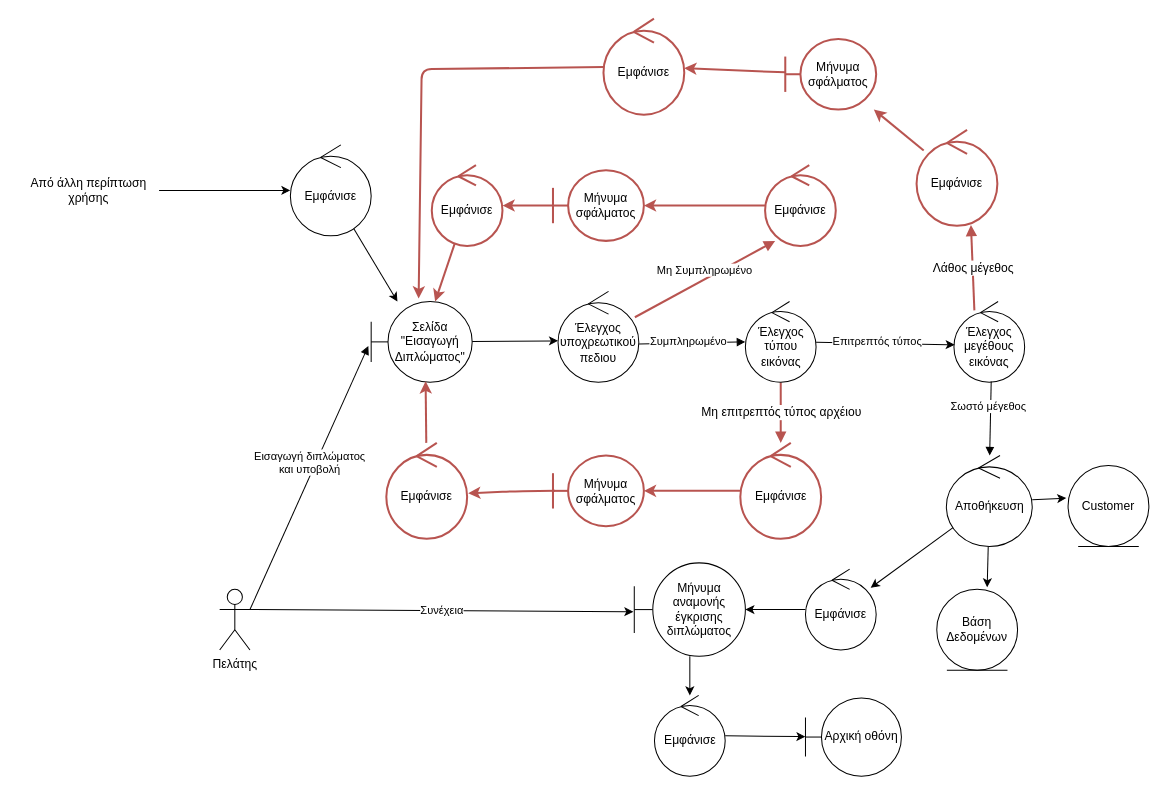
The draw.io diagram Part_4/Robustness/diagrams/04_Εισαγωγή_Διπλώματος_Οδήγησης.drawio in Nikolis2002/texnoligia_logismikou, before the edit. Source tidied: cells renumbered, new cells numbered last; positions are measured from the earlier drawing's top-left corner, leaving out a move shared by most shapes. Both pictures are drawn from the tidied source at 101%, with x=0, y=0 at pixel (17, 18).
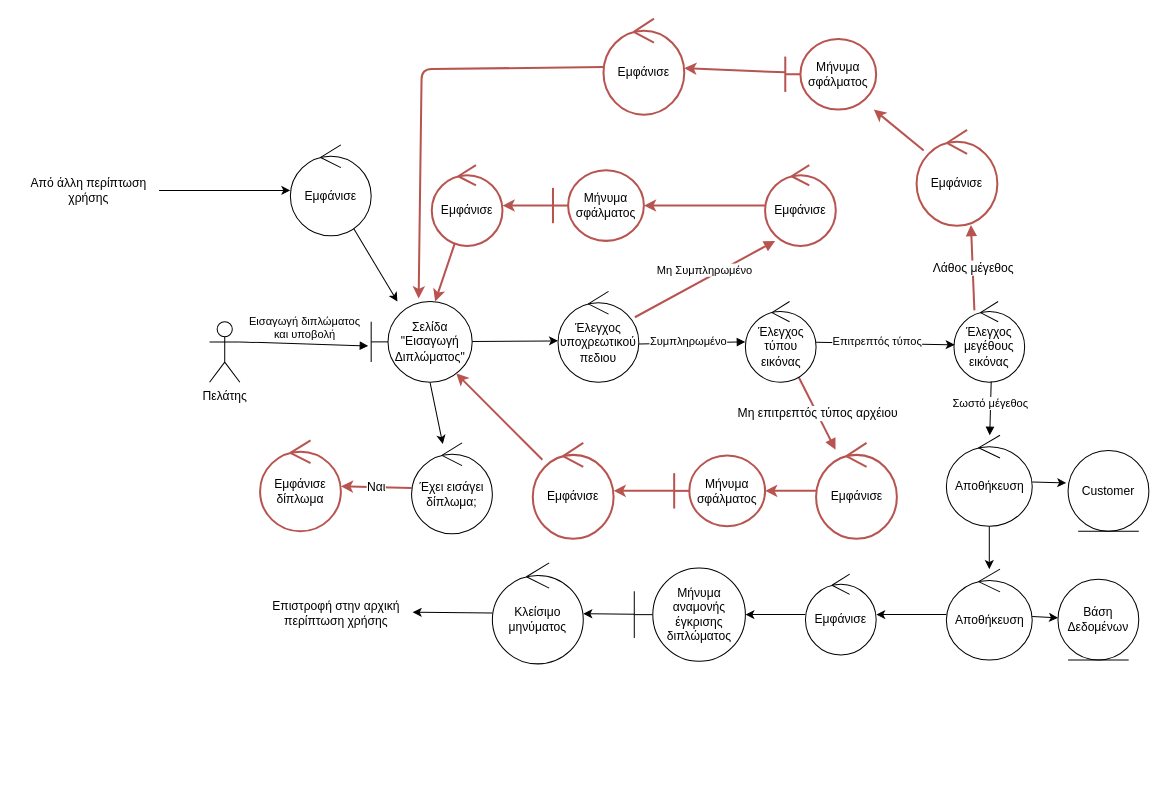
The same diagram, later.

The change refers to these unchanged cells:
```xml
<mxCell id="9" style="html=1;verticalAlign=bottom;endArrow=block;curved=0;rounded=0;exitX=0.527;exitY=0.989;exitDx=0;exitDy=0;exitPerimeter=0;" parent="1" edge="1" source="8" target="14">
  <mxGeometry relative="1" as="geometry" />
</mxCell>
<mxCell id="23" value="Σελίδα &quot;Εισαγωγή Διπλώματος&quot;" style="shape=umlBoundary;whiteSpace=wrap;html=1;" parent="1" vertex="1">
  <mxGeometry x="350" y="280" width="100" height="80" as="geometry" />
</mxCell>
```

Change to the diagram source:
```diff
@@
-    <mxCell id="2" value="Συνέχεια" style="edgeStyle=none;html=1;exitX=1;exitY=0.3333333333333333;exitDx=0;exitDy=0;exitPerimeter=0;entryX=-0.008;entryY=0.523;entryDx=0;entryDy=0;entryPerimeter=0;" parent="1" edge="1" source="3" target="25">
-      <mxGeometry relative="1" as="geometry" />
-    </mxCell>
     <mxCell id="3" value="Πελάτης" style="shape=umlActor;verticalLabelPosition=bottom;verticalAlign=top;html=1;outlineConnect=0;" parent="1" vertex="1">
-      <mxGeometry x="200" y="565" width="30" height="60" as="geometry" />
+      <mxGeometry x="190" y="300" width="30" height="60" as="geometry" />
     </mxCell>
@@
     <mxCell id="10" value="Σωστό μέγεθος" style="edgeLabel;html=1;align=center;verticalAlign=middle;" parent="9" vertex="1">
       <mxGeometry x="-0.21" y="-3" relative="1" as="geometry">
-        <mxPoint y="-5" as="offset" />
+        <mxPoint x="2" as="offset" />
       </mxGeometry>
     </mxCell>
-    <mxCell id="11" style="edgeStyle=none;html=1;strokeWidth=1;" parent="1" edge="1" source="14" target="20">
-      <mxGeometry relative="1" as="geometry" />
-    </mxCell>
-    <mxCell id="12" style="edgeStyle=none;html=1;entryX=0.624;entryY=-0.025;entryDx=0;entryDy=0;strokeWidth=1;entryPerimeter=0;" parent="1" edge="1" source="14" target="45">
-      <mxGeometry relative="1" as="geometry" />
-    </mxCell>
@@
+    <mxCell id="54" style="edgeStyle=none;html=1;" parent="1" edge="1" source="14" target="2">
+      <mxGeometry relative="1" as="geometry" />
+    </mxCell>
     <mxCell id="14" value="Αποθήκευση" style="ellipse;shape=umlControl;whiteSpace=wrap;html=1;" parent="1" vertex="1">
-      <mxGeometry x="919.5" y="432.5" width="85" height="90" as="geometry" />
+      <mxGeometry x="919.5" y="412.5" width="85" height="90" as="geometry" />
     </mxCell>
@@
     <mxCell id="20" value="Εμφάνισε" style="ellipse;shape=umlControl;whiteSpace=wrap;html=1;" parent="1" vertex="1">
-      <mxGeometry x="780" y="545" width="70" height="80" as="geometry" />
+      <mxGeometry x="780" y="550" width="70" height="80" as="geometry" />
     </mxCell>
@@
+    <mxCell id="55" style="edgeStyle=none;html=1;" parent="1" edge="1" source="23" target="59">
+      <mxGeometry relative="1" as="geometry" />
+    </mxCell>
@@
     <mxCell id="25" value="Μήνυμα αναμονής έγκρισης διπλώματος" style="shape=umlBoundary;whiteSpace=wrap;html=1;" parent="1" vertex="1">
-      <mxGeometry x="610.5" y="538.8" width="110" height="92.5" as="geometry" />
+      <mxGeometry x="610.5" y="543.8" width="110" height="92.5" as="geometry" />
     </mxCell>
@@
     <mxCell id="31" value="Εμφάνισε" style="ellipse;shape=umlControl;whiteSpace=wrap;html=1;fillColor=none;strokeColor=#b85450;strokeWidth=2;" parent="1" vertex="1">
-      <mxGeometry x="715.5" y="420" width="80" height="95" as="geometry" />
+      <mxGeometry x="790.5" y="420" width="80" height="95" as="geometry" />
     </mxCell>
-    <mxCell id="32" style="edgeStyle=none;html=1;strokeWidth=2;fontSize=12;fillColor=none;strokeColor=#b85450;exitX=0.022;exitY=0.5;exitDx=0;exitDy=0;exitPerimeter=0;entryX=1.013;entryY=0.526;entryDx=0;entryDy=0;entryPerimeter=0;" parent="1" edge="1" source="33" target="35">
-      <mxGeometry relative="1" as="geometry">
-        <Array as="points">
-          <mxPoint x="490" y="468" />
-        </Array>
-      </mxGeometry>
+    <mxCell id="32" style="edgeStyle=none;html=1;fontSize=12;fillColor=none;strokeColor=#b85450;strokeWidth=2;" parent="1" edge="1" source="33" target="35">
+      <mxGeometry relative="1" as="geometry" />
     </mxCell>
     <mxCell id="33" value="Μήνυμα σφάλματος" style="shape=umlBoundary;whiteSpace=wrap;html=1;fillColor=none;strokeColor=#b85450;strokeWidth=2;" parent="1" vertex="1">
-      <mxGeometry x="530" y="432.5" width="90" height="70" as="geometry" />
+      <mxGeometry x="650" y="432.5" width="90" height="70" as="geometry" />
     </mxCell>
-    <mxCell id="34" style="edgeStyle=none;html=1;entryX=0.539;entryY=0.988;entryDx=0;entryDy=0;entryPerimeter=0;strokeWidth=2;fontSize=12;fillColor=none;strokeColor=#b85450;" parent="1" edge="1" source="35" target="23">
+    <mxCell id="34" style="edgeStyle=none;html=1;entryX=0.843;entryY=0.891;entryDx=0;entryDy=0;entryPerimeter=0;strokeWidth=2;fontSize=12;fillColor=none;strokeColor=#b85450;" parent="1" edge="1" source="35" target="23">
       <mxGeometry relative="1" as="geometry" />
     </mxCell>
     <mxCell id="35" value="Εμφάνισε" style="ellipse;shape=umlControl;whiteSpace=wrap;html=1;fillColor=none;strokeColor=#b85450;strokeWidth=2;" parent="1" vertex="1">
-      <mxGeometry x="365" y="420" width="80" height="95" as="geometry" />
+      <mxGeometry x="510" y="420" width="80" height="95" as="geometry" />
     </mxCell>
@@
     <mxCell id="45" value="Βάση Δεδομένων" style="ellipse;shape=umlEntity;whiteSpace=wrap;html=1;strokeWidth=1;fillColor=none;" parent="1" vertex="1">
-      <mxGeometry x="910" y="565" width="80" height="80" as="geometry" />
+      <mxGeometry x="1030" y="555" width="80" height="80" as="geometry" />
     </mxCell>
     <mxCell id="46" value="Customer" style="ellipse;shape=umlEntity;whiteSpace=wrap;html=1;" parent="1" vertex="1">
-      <mxGeometry x="1040" y="442.5" width="80" height="80" as="geometry" />
+      <mxGeometry x="1040" y="427.5" width="80" height="80" as="geometry" />
     </mxCell>
-    <mxCell id="47" style="edgeStyle=none;html=1;" parent="1" edge="1" source="48" target="49">
+    <mxCell id="47" style="edgeStyle=none;html=1;entryX=1.007;entryY=0.472;entryDx=0;entryDy=0;entryPerimeter=0;" parent="1" edge="1" source="48" target="61">
       <mxGeometry relative="1" as="geometry" />
     </mxCell>
-    <mxCell id="48" value="Εμφάνισε" style="ellipse;shape=umlControl;whiteSpace=wrap;html=1;" parent="1" vertex="1">
-      <mxGeometry x="630.5" y="670" width="70" height="80" as="geometry" />
+    <mxCell id="48" value="Κλείσιμο μηνύματος" style="ellipse;shape=umlControl;whiteSpace=wrap;html=1;" parent="1" vertex="1">
+      <mxGeometry x="470" y="538.8" width="90" height="100" as="geometry" />
     </mxCell>
-    <mxCell id="49" value="Αρχική οθόνη" style="shape=umlBoundary;whiteSpace=wrap;html=1;" parent="1" vertex="1">
-      <mxGeometry x="780" y="672.5" width="95" height="77.5" as="geometry" />
-    </mxCell>
@@
+    <mxCell id="56" style="edgeStyle=none;html=1;" parent="1" edge="1" source="2" target="45">
+      <mxGeometry relative="1" as="geometry" />
+    </mxCell>
+    <mxCell id="57" style="edgeStyle=none;html=1;" parent="1" edge="1" source="2" target="20">
+      <mxGeometry relative="1" as="geometry" />
+    </mxCell>
+    <mxCell id="2" value="Αποθήκευση" style="ellipse;shape=umlControl;whiteSpace=wrap;html=1;" parent="1" vertex="1">
+      <mxGeometry x="919.5" y="545" width="85" height="90" as="geometry" />
+    </mxCell>
+    <mxCell id="58" value="Ναι" style="edgeStyle=none;html=1;fontSize=12;fillColor=none;strokeColor=#b85450;strokeWidth=2;" parent="1" edge="1" source="59" target="60">
+      <mxGeometry relative="1" as="geometry" />
+    </mxCell>
+    <mxCell id="59" value="Έχει εισάγει δίπλωμα;" style="ellipse;shape=umlControl;whiteSpace=wrap;html=1;" parent="1" vertex="1">
+      <mxGeometry x="390" y="420" width="80" height="90" as="geometry" />
+    </mxCell>
+    <mxCell id="60" value="Εμφάνισε δίπλωμα" style="ellipse;shape=umlControl;whiteSpace=wrap;html=1;fillColor=none;strokeColor=#b85450;strokeWidth=2;" parent="1" vertex="1">
+      <mxGeometry x="240" y="417.5" width="80" height="90" as="geometry" />
+    </mxCell>
+    <mxCell id="61" value="Επιστροφή στην αρχική&lt;br&gt;περίπτωση χρήσης" style="text;html=1;align=center;verticalAlign=middle;points=[];strokeColor=none;fillColor=none;" parent="1" vertex="1">
+      <mxGeometry x="240" y="568.8" width="150" height="40" as="geometry" />
+    </mxCell>
```
